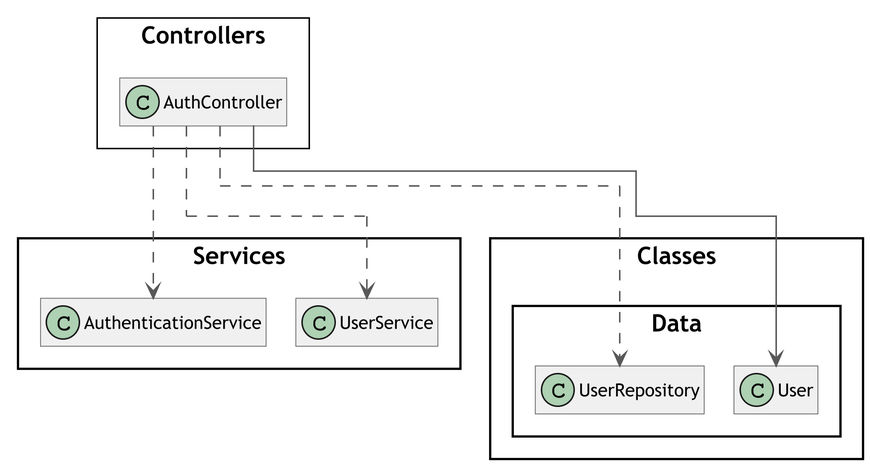
This is NEA-Final/Writeup/Design/Class Diagrams/Backend/Controllers/AuthController.png from connormcharg/school-work, a PlantUML export, as it was before one commit. The source it was exported from:
```plantuml
@startuml AuthController
skinparam classAttributeIconSize 0
skinparam classFontSize 16
skinparam classFontName Trebuchet MS
skinparam classBackgroundColor #F0F0F0
skinparam classBorderColor #585858
skinparam classArrowColor #585858
skinparam wrapWidth 400
skinparam RoundCorner 0
skinparam DefaultFontName Trebuchet MS
skinparam DefaultFontSize 16
skinparam ClassFontSize 16
skinparam TitleFontSize 20
skinparam ClassAttributeFontSize 12
skinparam ClassStereotypeFontSize 10
skinparam ArrowFontSize 10
skinparam Dpi 300
skinparam svgAntiAlias true
skinparam Linetype ortho
skinparam Nodesep 50
skinparam ranksep 75
skinparam groupInheritance 2
skinparam packageStyle Rectangle
!pragma layout elk

left to right direction

package Controllers <<Rectangle>> {
    class AuthController
}

AuthController ..> Services.AuthenticationService
AuthController ..> Classes.Data.UserRepository
AuthController ..> Services.UserService
AuthController --> Classes.Data.User

hide members
@enduml
```
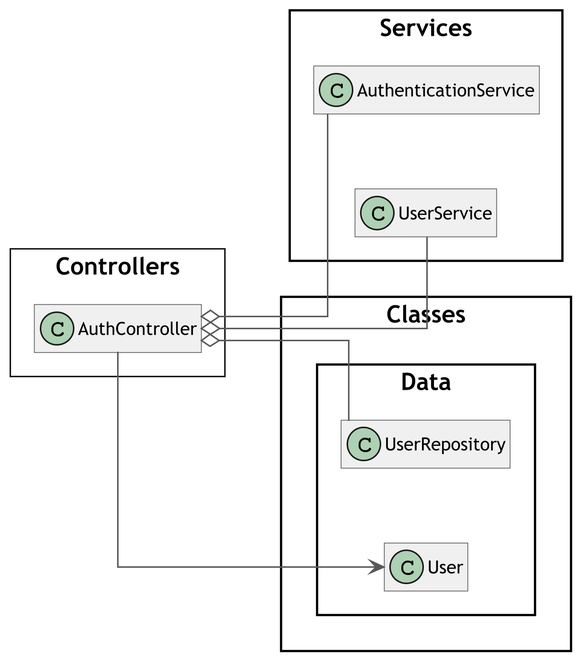
After the commit.

Change to the diagram source:
```diff
@@ -21,7 +21,6 @@
 skinparam ranksep 75
 skinparam groupInheritance 2
 skinparam packageStyle Rectangle
-!pragma layout elk
 
 left to right direction
 
@@ -29,9 +28,9 @@
     class AuthController
 }
 
-AuthController ..> Services.AuthenticationService
-AuthController ..> Classes.Data.UserRepository
-AuthController ..> Services.UserService
+AuthController o-- Services.AuthenticationService
+AuthController o-- Classes.Data.UserRepository
+AuthController o-- Services.UserService
 AuthController --> Classes.Data.User
 
 hide members
```
